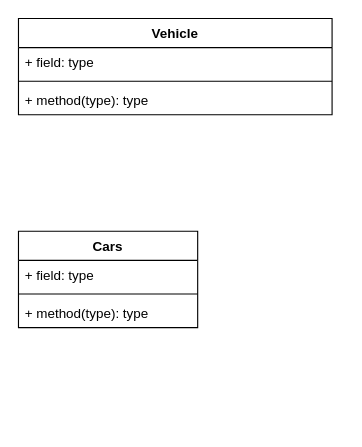
Earlier version of the draw.io diagram UML/vehiclesellingportal.drawio (bariis/javaproject). Source tidied: cells renumbered, new cells numbered last; positions are measured from the earlier drawing's top-left corner, leaving out a move shared by most shapes. Both pictures are drawn from the tidied source at 112%, with x=0, y=0 at pixel (18, 18).
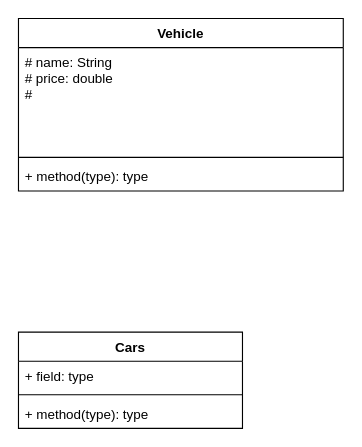
Above is the later version.

Change to the diagram source:
```diff
@@
 <mxGraphModel>
   <root>
     <mxCell id="0" />
     <mxCell id="1" parent="0" />
     <mxCell id="2" value="Vehicle" style="swimlane;fontStyle=1;align=center;verticalAlign=top;horizontal=1;startSize=26;" parent="1" vertex="1">
-      <mxGeometry width="280" height="86" as="geometry" />
+      <mxGeometry width="290" height="154" as="geometry" />
     </mxCell>
-    <mxCell id="3" value="+ field: type" style="text;strokeColor=none;fillColor=none;align=left;verticalAlign=top;spacingLeft=4;spacingRight=4;overflow=hidden;" parent="2" vertex="1">
-      <mxGeometry y="26" width="280" height="26" as="geometry" />
+    <mxCell id="3" value="# name: String&#10;# price: double&#10;# &#10;" style="text;strokeColor=none;fillColor=none;align=left;verticalAlign=top;spacingLeft=4;spacingRight=4;overflow=hidden;" parent="2" vertex="1">
+      <mxGeometry y="26" width="290" height="94" as="geometry" />
     </mxCell>
     <mxCell id="4" style="line;strokeWidth=1;fillColor=none;align=left;verticalAlign=middle;spacingTop=-1;spacingLeft=3;spacingRight=3;labelPosition=right;" parent="2" vertex="1">
-      <mxGeometry y="52" width="280" height="8" as="geometry" />
+      <mxGeometry y="120" width="290" height="8" as="geometry" />
     </mxCell>
     <mxCell id="5" value="+ method(type): type" style="text;strokeColor=none;fillColor=none;align=left;verticalAlign=top;spacingLeft=4;spacingRight=4;overflow=hidden;" parent="2" vertex="1">
-      <mxGeometry y="60" width="280" height="26" as="geometry" />
+      <mxGeometry y="128" width="290" height="26" as="geometry" />
     </mxCell>
     <mxCell id="6" value="Cars" style="swimlane;fontStyle=1;align=center;verticalAlign=top;horizontal=1;startSize=26;" parent="1" vertex="1">
-      <mxGeometry y="190" width="160" height="86" as="geometry" />
+      <mxGeometry y="280" width="200" height="86" as="geometry" />
     </mxCell>
     <mxCell id="7" value="+ field: type" style="text;strokeColor=none;fillColor=none;align=left;verticalAlign=top;spacingLeft=4;spacingRight=4;overflow=hidden;" parent="6" vertex="1">
-      <mxGeometry y="26" width="160" height="26" as="geometry" />
+      <mxGeometry y="26" width="200" height="26" as="geometry" />
     </mxCell>
     <mxCell id="8" style="line;strokeWidth=1;fillColor=none;align=left;verticalAlign=middle;spacingTop=-1;spacingLeft=3;spacingRight=3;labelPosition=right;" parent="6" vertex="1">
-      <mxGeometry y="52" width="160" height="8" as="geometry" />
+      <mxGeometry y="52" width="200" height="8" as="geometry" />
     </mxCell>
     <mxCell id="9" value="+ method(type): type" style="text;strokeColor=none;fillColor=none;align=left;verticalAlign=top;spacingLeft=4;spacingRight=4;overflow=hidden;" parent="6" vertex="1">
-      <mxGeometry y="60" width="160" height="26" as="geometry" />
+      <mxGeometry y="60" width="200" height="26" as="geometry" />
     </mxCell>
   </root>
 </mxGraphModel>
```
